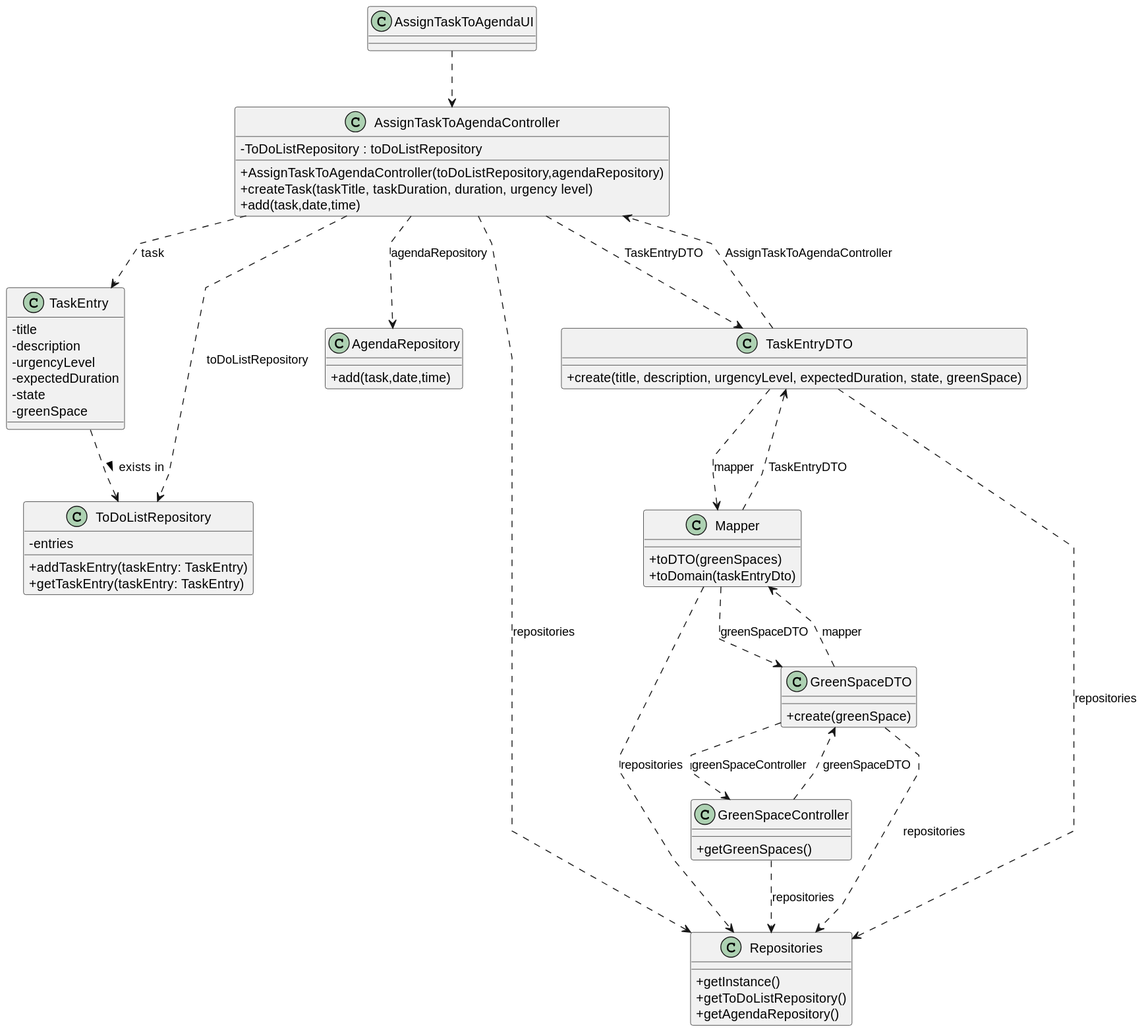
Earlier version of the PlantUML export docs/sprintC/us028/03.design/svg/us028-class-diagram.svg (Departamento-de-Engenharia-Informatica/lei-24-s2-1dkl-g134).
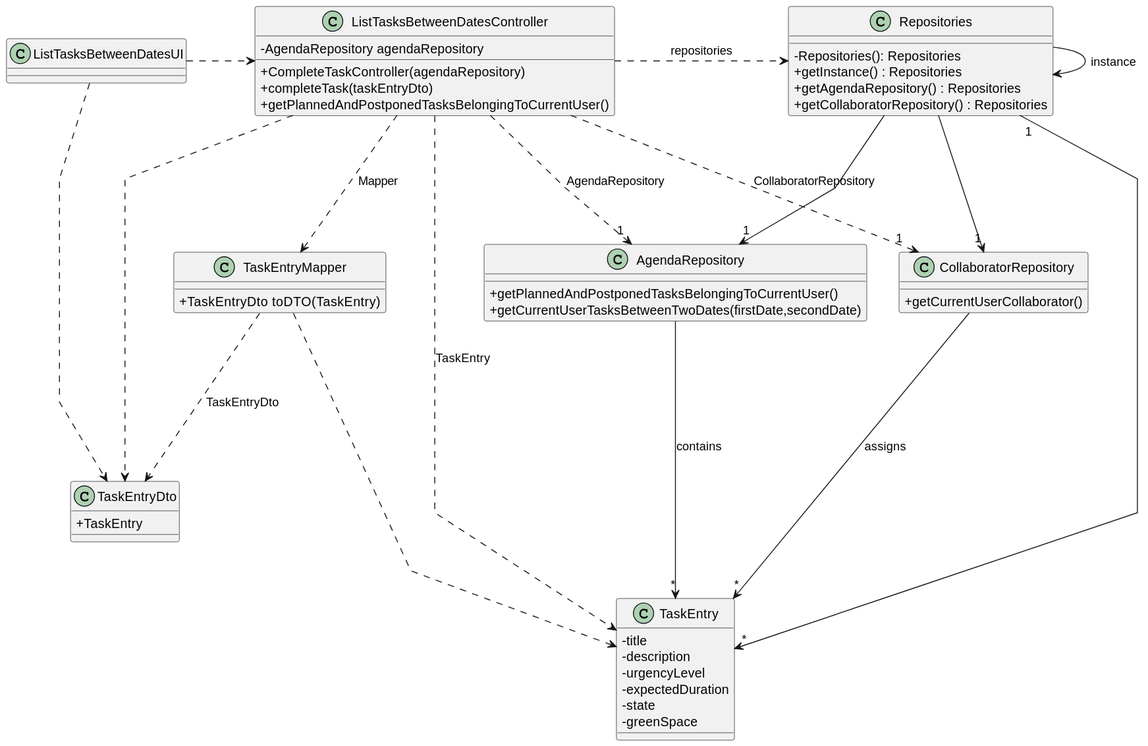
After the change.

The edit, as a diff of the source:
```diff
@@ -5,7 +5,37 @@
 
 skinparam classAttributeIconSize 0
 
-class "TaskEntry" {
+
+class ListTasksBetweenDatesUI{
+}
+
+
+class ListTasksBetweenDatesController{
+-AgendaRepository agendaRepository
+    + CompleteTaskController(agendaRepository)
+    + completeTask(taskEntryDto)
+    + getPlannedAndPostponedTasksBelongingToCurrentUser()
+ }
+
+class Repositories {
+    - Repositories(): Repositories
+    + getInstance() : Repositories
+    + getAgendaRepository() : Repositories
+     + getCollaboratorRepository() : Repositories
+}
+
+
+class AgendaRepository {
+    + getPlannedAndPostponedTasksBelongingToCurrentUser()
+    + getCurrentUserTasksBetweenTwoDates(firstDate,secondDate)
+
+}
+class CollaboratorRepository {
+    + getCurrentUserCollaborator()
+
+}
+
+class  TaskEntry{
         -title
         -description
         -urgencyLevel
@@ -15,79 +45,30 @@
 
 }
 
-
-
-class "AssignTaskToAgendaController" {
-    - ToDoListRepository : toDoListRepository
-    + AssignTaskToAgendaController(toDoListRepository,agendaRepository)
-    + createTask(taskTitle, taskDuration, duration, urgency level)
-    + add(task,date,time)
+class TaskEntryMapper{
++TaskEntryDto  toDTO(TaskEntry)
 }
-
-class "ToDoListRepository" {
-    -entries
-    + addTaskEntry(taskEntry: TaskEntry)
-    + getTaskEntry(taskEntry: TaskEntry)
-}
-class "AgendaRepository"{
- + add(task,date,time)
-}
-
-class "AssignTaskToAgendaUI"{
-}
-
-class "Repositories" {
-    + getInstance()
-    + getToDoListRepository()
-    +getAgendaRepository()
-}
-
-class "GreenSpaceController" {
-    + getGreenSpaces()
-}
-
-class "Mapper" {
-    + toDTO(greenSpaces)
-    + toDomain(taskEntryDto)
-}
-
-class "GreenSpaceDTO" {
-    + create(greenSpace)
-}
-
-class "TaskEntryDTO" {
-    + create(title, description, urgencyLevel, expectedDuration, state, greenSpace)
+class TaskEntryDto{
++TaskEntry
 }
 
 
+ListTasksBetweenDatesUI .>  ListTasksBetweenDatesController
+ListTasksBetweenDatesController ...r> Repositories : repositories
+ListTasksBetweenDatesController ...> TaskEntryMapper : Mapper
+TaskEntryMapper ...> TaskEntryDto: TaskEntryDto
+TaskEntryMapper ...> TaskEntry
+ListTasksBetweenDatesUI .> TaskEntryDto
+ListTasksBetweenDatesController ..> TaskEntryDto
+Repositories ---> "1" AgendaRepository
+Repositories ---> "1" CollaboratorRepository
+Repositories -> Repositories : instance
+Repositories "1" --> "*" TaskEntry
 
+AgendaRepository --> "*" TaskEntry: contains
+CollaboratorRepository --> "*" TaskEntry: assigns
 
-
-AssignTaskToAgendaController ..> ToDoListRepository : toDoListRepository
-AssignTaskToAgendaController ..> "AgendaRepository" : agendaRepository
-
-AssignTaskToAgendaController ..> TaskEntry : task
-TaskEntry ..> ToDoListRepository : exists in >
-AssignTaskToAgendaUI ..> AssignTaskToAgendaController
-
-
-AssignTaskToAgendaController ..> Repositories : repositories
-
-GreenSpaceController ..> Repositories : repositories
-
-Mapper ..> Repositories : repositories
-GreenSpaceDTO ..> Repositories : repositories
-TaskEntryDTO ..> Repositories : repositories
-
-GreenSpaceController ..> GreenSpaceDTO : greenSpaceDTO
-GreenSpaceDTO ..> GreenSpaceController : greenSpaceController
-
-Mapper ..> GreenSpaceDTO : greenSpaceDTO
-GreenSpaceDTO ..> Mapper : mapper
-
-Mapper ..> TaskEntryDTO : TaskEntryDTO
-TaskEntryDTO ..> Mapper : mapper
-
-AssignTaskToAgendaController ..> TaskEntryDTO : TaskEntryDTO
-TaskEntryDTO ..> AssignTaskToAgendaController : AssignTaskToAgendaController
+ ListTasksBetweenDatesController ......>  TaskEntry : TaskEntry
+ ListTasksBetweenDatesController ...> "1" AgendaRepository : AgendaRepository
+ ListTasksBetweenDatesController ...> "1" CollaboratorRepository : CollaboratorRepository
 @enduml
```
